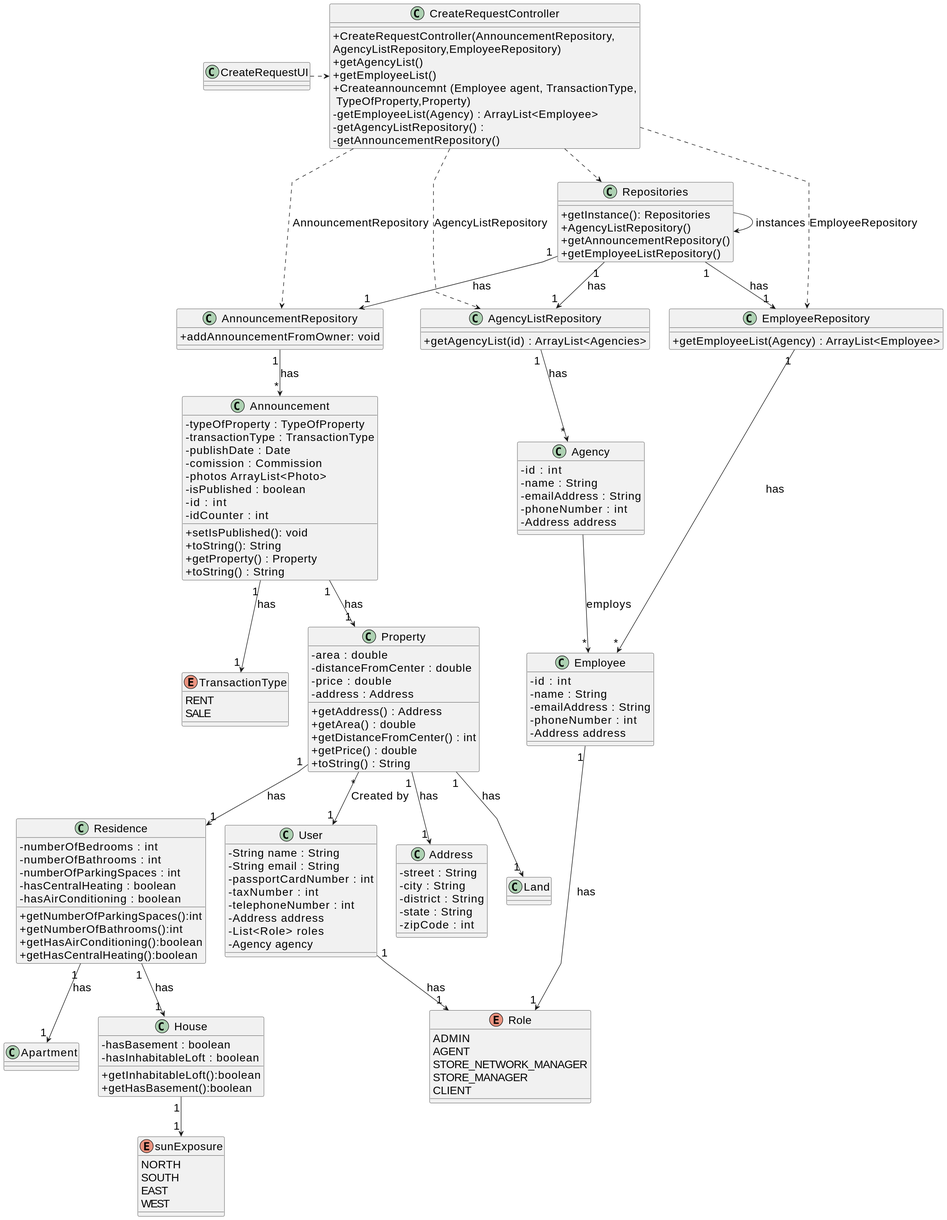
This is docs/sprintC/us011/03.design/svg/us011-class-diagram.svg from Goncalves2525/real-estate-management-system, a PlantUML export, as it was before one commit.
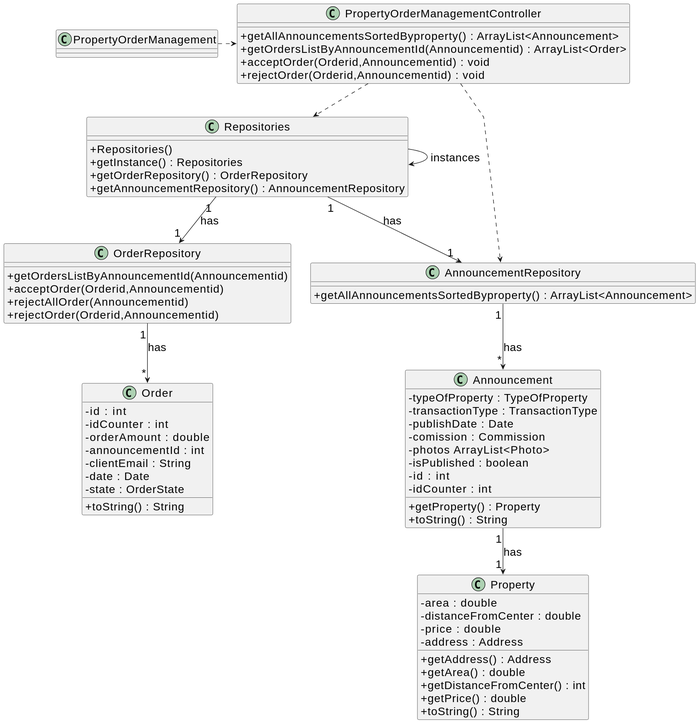
Later version of the same file.

Change to the diagram source:
```diff
@@ -1,71 +1,36 @@
 @startuml
 skinparamlocked defaultFontSize 20
 
-
 skinparam packageStyle rectangle
-
 skinparam shadowing false
-
 skinparam linetype polyline
-
-
-
 
 
 skinparam classAttributeIconSize 0
 
-
-class Announcement {
-+setIsPublished(): void
-+toString(): String
+class PropertyOrderManagementController {
+    +getAllAnnouncementsSortedByproperty() : ArrayList<Announcement>
+    +getOrdersListByAnnouncementId(Announcementid) : ArrayList<Order>
+    +acceptOrder(Orderid,Announcementid) : void
+    +rejectOrder(Orderid,Announcementid) : void
 }
 
-enum TransactionType {
-    RENT
-    SALE
+class Repositories {
+    +Repositories()
+    +getInstance() : Repositories
+    +getOrderRepository() : OrderRepository
+    +getAnnouncementRepository() : AnnouncementRepository
+
+}
+class AnnouncementRepository {
+    +getAllAnnouncementsSortedByproperty() : ArrayList<Announcement>
 }
 
-class AnnouncementRepository {
-+addAnnouncementFromOwner: void
-
-}
-
-class AgencyListRepository{
-+getAgencyList(id) : ArrayList<Agencies>
-
-}
-
-class EmployeeRepository{
-+getEmployeeList(Agency) : ArrayList<Employee>
-}
-
-
-
-
-class Repositories {
-+getInstance(): Repositories
-+AgencyListRepository()
-+getAnnouncementRepository()
-+getEmployeeListRepository()
-}
-
-
-
-
-class CreateRequestController {
-+CreateRequestController(AnnouncementRepository,\nAgencyListRepository,EmployeeRepository)
-+getAgencyList()
-+getEmployeeList()
-+Createannouncemnt (Employee agent, TransactionType,\n TypeOfProperty,Property)
--getEmployeeList(Agency) : ArrayList<Employee>
--getAgencyListRepository() :
--getAnnouncementRepository()
-}
-
-
-
-
-class CreateRequestUI {
+class OrderRepository{
+    +getOrdersListByAnnouncementId(Announcementid)
+    +acceptOrder(Orderid,Announcementid)
+    +rejectAllOrder(Announcementid)
+    +rejectOrder(Orderid,Announcementid)
 }
 
 class Property{
@@ -79,6 +44,7 @@
       + getPrice() : double
       + toString() : String
 }
+
 class Announcement {
    - typeOfProperty : TypeOfProperty
    - transactionType : TransactionType
@@ -92,112 +58,33 @@
    + toString() : String
 }
 
-class Residence {
-- numberOfBedrooms : int
-- numberOfBathrooms : int
-- numberOfParkingSpaces : int
-- hasCentralHeating : boolean
-- hasAirConditioning : boolean
-+getNumberOfParkingSpaces():int
-+getNumberOfBathrooms():int
-+getHasAirConditioning():boolean
-+getHasCentralHeating():boolean
+class Order{
+    -id : int
+    -idCounter : int
+    -orderAmount : double
+    -announcementId : int
+    -clientEmail : String
+    -date : Date
+    -state : OrderState
 
+    +toString() : String
 }
 
-enum sunExposure{
-NORTH
-SOUTH
-EAST
-WEST
-}
-class Land {
-}
-class Apartment {
-}
-class House {
-- hasBasement : boolean
-- hasInhabitableLoft : boolean
-+getInhabitableLoft():boolean
-+getHasBasement():boolean
-}
+Repositories -> Repositories : instances
 
-class Agency{
-- id : int
-- name : String
-- emailAddress : String
-- phoneNumber : int
-- Address address
-}
+PropertyOrderManagement .> PropertyOrderManagementController
 
-class Employee{
-- id : int
-- name : String
-- emailAddress : String
-- phoneNumber : int
-- Address address
-}
+PropertyOrderManagementController ..> Repositories
 
-enum Role{
-ADMIN
-AGENT
-STORE_NETWORK_MANAGER
-STORE_MANAGER
-CLIENT
-}
+Repositories "1" --> "1" AnnouncementRepository : has
 
-class User{
--String name : String
--String email : String
--passportCardNumber : int
--taxNumber : int
--telephoneNumber : int
--Address address
--List<Role> roles
--Agency agency
-}
+Repositories "1" --> "1" OrderRepository : has
 
-class Address{
--street : String
--city : String
--district : String
--state : String
--zipCode : int
-}
-
-
-
-CreateRequestUI .> CreateRequestController
-
-CreateRequestController ..> Repositories
-Repositories --> Repositories : instances
-Repositories "1" --> "1" AgencyListRepository : has
-Repositories "1" --> "1" AnnouncementRepository : has
-Repositories "1" --> "1" EmployeeRepository : has
-
-CreateRequestController ..> AnnouncementRepository : AnnouncementRepository
-CreateRequestController ..> AgencyListRepository : AgencyListRepository
-CreateRequestController ..> EmployeeRepository : EmployeeRepository
+PropertyOrderManagementController ..> AnnouncementRepository
 
 AnnouncementRepository "1" --> "*" Announcement : has
 
 Announcement "1" --> "1" Property : has
-Announcement "1" --> "1" TransactionType : has
 
-Property "1" --> "1" Residence : has
-Property "1" --> "1" Land : has
-Property "1" --> "1" Address : has
-Residence  "1" --> "1" Apartment : has
-Residence  "1" --> "1" House : has
-House "1" --> "1" sunExposure
-
-AgencyListRepository "1" --> "*" Agency : has
-
-EmployeeRepository "1" --> "*" Employee : has
-Employee "1" --> "1" Role : has
-User "1" --> "1" Role : has
-
-Agency --> "*" Employee : employs
-
-Property "*" --> "1" User : Created by
+OrderRepository "1" --> "*" Order : has
 @enduml
```
